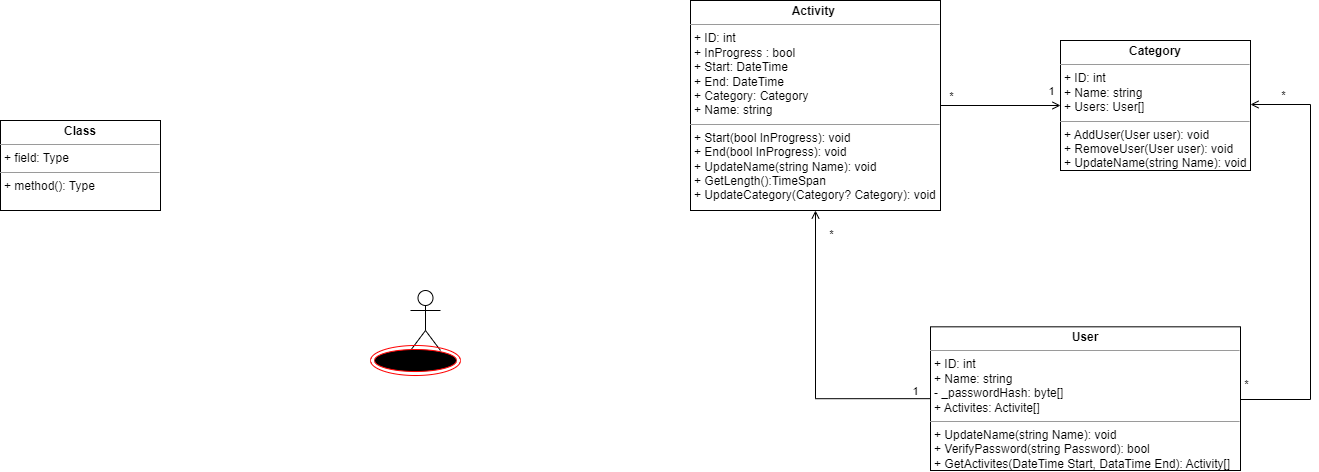
Earlier version of the draw.io export Variant_3.drawio.png (MgrDim/lab1). Source tidied: cells renumbered, new cells last; positions are measured from the earlier drawing's top-left corner, leaving out a move shared by most shapes.
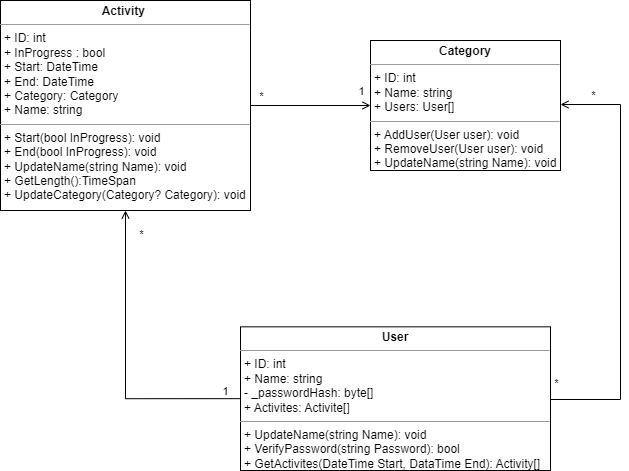
The same file after the commit.

What changed in the source:
```diff
@@ -5,9 +5,6 @@
     <mxCell id="2" value="&lt;p style=&quot;margin:0px;margin-top:4px;text-align:center;&quot;&gt;&lt;b&gt;Activity&amp;nbsp;&lt;/b&gt;&lt;/p&gt;&lt;hr size=&quot;1&quot;&gt;&lt;p style=&quot;margin:0px;margin-left:4px;&quot;&gt;+ ID: int&lt;/p&gt;&lt;p style=&quot;margin:0px;margin-left:4px;&quot;&gt;+ InProgress : bool&lt;/p&gt;&lt;p style=&quot;margin:0px;margin-left:4px;&quot;&gt;+ Start: DateTime&lt;/p&gt;&lt;p style=&quot;margin:0px;margin-left:4px;&quot;&gt;+ End: DateTime&lt;/p&gt;&lt;p style=&quot;margin:0px;margin-left:4px;&quot;&gt;+ Category: Category&lt;/p&gt;&lt;p style=&quot;margin:0px;margin-left:4px;&quot;&gt;+ Name: string&lt;/p&gt;&lt;hr size=&quot;1&quot;&gt;&lt;p style=&quot;margin:0px;margin-left:4px;&quot;&gt;+ Start(bool InProgress): void&lt;/p&gt;&lt;p style=&quot;margin:0px;margin-left:4px;&quot;&gt;+ End(bool InProgress): void&lt;br&gt;&lt;/p&gt;&lt;p style=&quot;margin:0px;margin-left:4px;&quot;&gt;+ UpdateName(string Name): void&lt;/p&gt;&lt;p style=&quot;margin:0px;margin-left:4px;&quot;&gt;+ GetLength():TimeSpan&lt;/p&gt;&lt;p style=&quot;margin:0px;margin-left:4px;&quot;&gt;+ UpdateCategory(Category? Category): void&lt;/p&gt;&lt;p style=&quot;margin:0px;margin-left:4px;&quot;&gt;&lt;br&gt;&lt;/p&gt;" style="verticalAlign=top;align=left;overflow=fill;fontSize=12;fontFamily=Helvetica;html=1;whiteSpace=wrap;" parent="1" vertex="1">
       <mxGeometry x="690" width="250" height="210" as="geometry" />
     </mxCell>
-    <mxCell id="3" value="&lt;p style=&quot;margin:0px;margin-top:4px;text-align:center;&quot;&gt;&lt;b&gt;Class&lt;/b&gt;&lt;/p&gt;&lt;hr size=&quot;1&quot;/&gt;&lt;p style=&quot;margin:0px;margin-left:4px;&quot;&gt;+ field: Type&lt;/p&gt;&lt;hr size=&quot;1&quot;/&gt;&lt;p style=&quot;margin:0px;margin-left:4px;&quot;&gt;+ method(): Type&lt;/p&gt;" style="verticalAlign=top;align=left;overflow=fill;fontSize=12;fontFamily=Helvetica;html=1;whiteSpace=wrap;" parent="1" vertex="1">
-      <mxGeometry y="120" width="160" height="90" as="geometry" />
-    </mxCell>
     <mxCell id="4" value="&lt;p style=&quot;margin:0px;margin-top:4px;text-align:center;&quot;&gt;&lt;b&gt;Category&lt;/b&gt;&lt;/p&gt;&lt;hr size=&quot;1&quot;&gt;&lt;p style=&quot;margin:0px;margin-left:4px;&quot;&gt;+ ID: int&lt;/p&gt;&lt;p style=&quot;margin:0px;margin-left:4px;&quot;&gt;+ Name: string&lt;/p&gt;&lt;p style=&quot;margin:0px;margin-left:4px;&quot;&gt;+ Users: User[]&lt;/p&gt;&lt;hr size=&quot;1&quot;&gt;&lt;p style=&quot;margin:0px;margin-left:4px;&quot;&gt;+ AddUser(User user): void&lt;/p&gt;&lt;p style=&quot;margin:0px;margin-left:4px;&quot;&gt;+ RemoveUser(User user): void&lt;/p&gt;&lt;p style=&quot;margin:0px;margin-left:4px;&quot;&gt;+ UpdateName(string Name): void&lt;/p&gt;" style="verticalAlign=top;align=left;overflow=fill;fontSize=12;fontFamily=Helvetica;html=1;whiteSpace=wrap;" parent="1" vertex="1">
       <mxGeometry x="1060" y="40" width="190" height="130" as="geometry" />
     </mxCell>
@@ -33,12 +30,6 @@
         <mxPoint x="241" y="243" as="offset" />
       </mxGeometry>
     </mxCell>
-    <mxCell id="8" value="Actor" style="shape=umlActor;verticalLabelPosition=bottom;verticalAlign=top;html=1;" parent="1" vertex="1">
-      <mxGeometry x="410" y="290" width="30" height="60" as="geometry" />
-    </mxCell>
-    <mxCell id="9" style="ellipse;html=1;shape=endState;fillColor=#000000;strokeColor=#ff0000;" parent="1" vertex="1">
-      <mxGeometry x="370" y="345" width="90" height="30" as="geometry" />
-    </mxCell>
     <mxCell id="10" style="edgeStyle=orthogonalEdgeStyle;rounded=0;jettySize=auto;html=1;exitX=1;exitY=0.5;exitDx=0;exitDy=0;endArrow=open;endFill=0;entryX=0;entryY=0.5;entryDx=0;entryDy=0;" parent="1" edge="1" source="2" target="4">
       <mxGeometry relative="1" as="geometry" />
     </mxCell>
```
